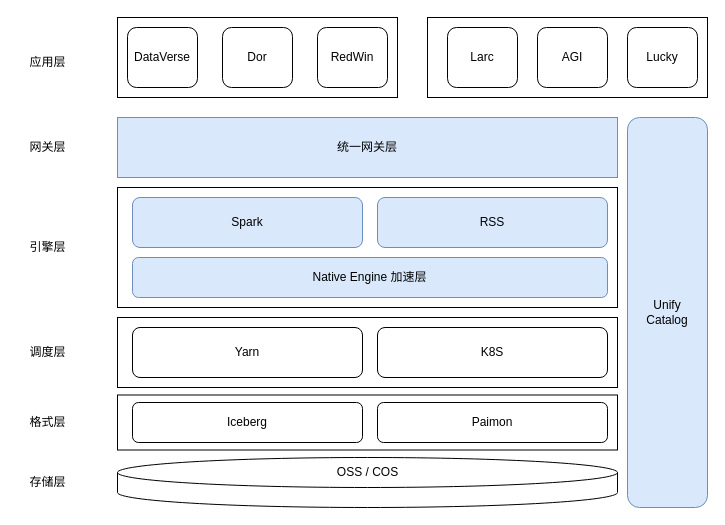
Above: Spark for redbook.drawio in labud/pictures (draw.io), before the change. Source tidied: cells renumbered, new cells numbered last; positions are measured from the earlier drawing's top-left corner, leaving out a move shared by most shapes. Both pictures are drawn from the tidied source at 100%, with x=0, y=0 at pixel (17, 17).
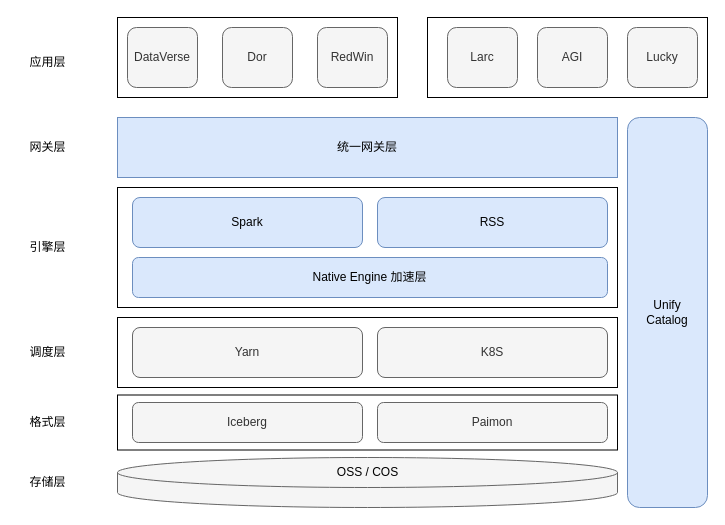
The same page after the edit.

The edit, as a diff of the source:
```diff
@@
-    <mxCell id="11" value="DataVerse" style="rounded=1;whiteSpace=wrap;html=1;" parent="1" vertex="1">
+    <mxCell id="11" value="DataVerse" style="rounded=1;whiteSpace=wrap;html=1;fillColor=#f5f5f5;fontColor=#333333;strokeColor=#666666;" parent="1" vertex="1">
       <mxGeometry x="110" y="10" width="70" height="60" as="geometry" />
     </mxCell>
-    <mxCell id="12" value="Dor" style="rounded=1;whiteSpace=wrap;html=1;" parent="1" vertex="1">
+    <mxCell id="12" value="Dor" style="rounded=1;whiteSpace=wrap;html=1;fillColor=#f5f5f5;fontColor=#333333;strokeColor=#666666;" parent="1" vertex="1">
       <mxGeometry x="205" y="10" width="70" height="60" as="geometry" />
     </mxCell>
-    <mxCell id="13" value="RedWin" style="rounded=1;whiteSpace=wrap;html=1;" parent="1" vertex="1">
+    <mxCell id="13" value="RedWin" style="rounded=1;whiteSpace=wrap;html=1;fillColor=#f5f5f5;fontColor=#333333;strokeColor=#666666;" parent="1" vertex="1">
       <mxGeometry x="300" y="10" width="70" height="60" as="geometry" />
     </mxCell>
@@
-    <mxCell id="15" value="Larc" style="rounded=1;whiteSpace=wrap;html=1;" parent="1" vertex="1">
+    <mxCell id="15" value="Larc" style="rounded=1;whiteSpace=wrap;html=1;fillColor=#f5f5f5;fontColor=#333333;strokeColor=#666666;" parent="1" vertex="1">
       <mxGeometry x="430" y="10" width="70" height="60" as="geometry" />
     </mxCell>
-    <mxCell id="16" value="AGI" style="rounded=1;whiteSpace=wrap;html=1;" parent="1" vertex="1">
+    <mxCell id="16" value="AGI" style="rounded=1;whiteSpace=wrap;html=1;fillColor=#f5f5f5;fontColor=#333333;strokeColor=#666666;" parent="1" vertex="1">
       <mxGeometry x="520" y="10" width="70" height="60" as="geometry" />
     </mxCell>
-    <mxCell id="17" value="Lucky" style="rounded=1;whiteSpace=wrap;html=1;" parent="1" vertex="1">
+    <mxCell id="17" value="Lucky" style="rounded=1;whiteSpace=wrap;html=1;fillColor=#f5f5f5;fontColor=#333333;strokeColor=#666666;" parent="1" vertex="1">
       <mxGeometry x="610" y="10" width="70" height="60" as="geometry" />
     </mxCell>
-    <mxCell id="18" style="shape=cylinder3;whiteSpace=wrap;html=1;boundedLbl=1;backgroundOutline=1;size=15;" parent="1" vertex="1">
+    <mxCell id="18" style="shape=cylinder3;whiteSpace=wrap;html=1;boundedLbl=1;backgroundOutline=1;size=15;fillColor=#f5f5f5;fontColor=#333333;strokeColor=#666666;" parent="1" vertex="1">
       <mxGeometry x="100" y="440" width="500" height="50" as="geometry" />
     </mxCell>
@@
-    <mxCell id="22" value="Yarn" style="rounded=1;whiteSpace=wrap;html=1;" parent="1" vertex="1">
+    <mxCell id="22" value="Yarn" style="rounded=1;whiteSpace=wrap;html=1;fillColor=#f5f5f5;fontColor=#333333;strokeColor=#666666;" parent="1" vertex="1">
       <mxGeometry x="115" y="310" width="230" height="50" as="geometry" />
     </mxCell>
@@
-    <mxCell id="25" value="K8S" style="rounded=1;whiteSpace=wrap;html=1;" parent="1" vertex="1">
+    <mxCell id="25" value="K8S" style="rounded=1;whiteSpace=wrap;html=1;fillColor=#f5f5f5;fontColor=#333333;strokeColor=#666666;" parent="1" vertex="1">
       <mxGeometry x="360" y="310" width="230" height="50" as="geometry" />
     </mxCell>
-    <mxCell id="26" value="Iceberg" style="rounded=1;whiteSpace=wrap;html=1;" parent="1" vertex="1">
+    <mxCell id="26" value="Iceberg" style="rounded=1;whiteSpace=wrap;html=1;fillColor=#f5f5f5;fontColor=#333333;strokeColor=#666666;" parent="1" vertex="1">
       <mxGeometry x="115" y="385" width="230" height="40" as="geometry" />
     </mxCell>
-    <mxCell id="27" value="Paimon" style="rounded=1;whiteSpace=wrap;html=1;" parent="1" vertex="1">
+    <mxCell id="27" value="Paimon" style="rounded=1;whiteSpace=wrap;html=1;fillColor=#f5f5f5;fontColor=#333333;strokeColor=#666666;" parent="1" vertex="1">
       <mxGeometry x="360" y="385" width="230" height="40" as="geometry" />
     </mxCell>
```
